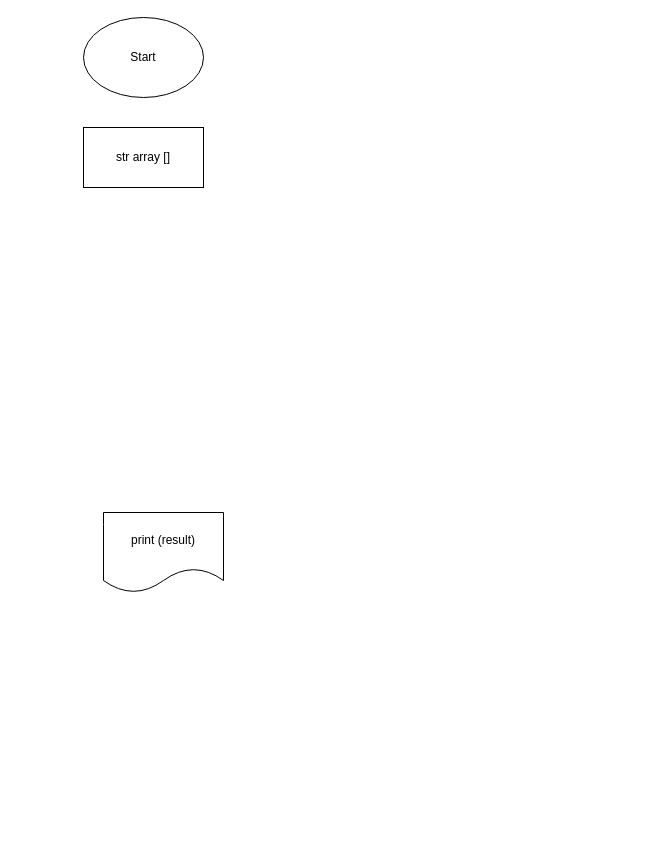
The draw.io diagram diagram.drawio in Kinsee/ControlTask1, before the edit. Source tidied: cells renumbered, new cells numbered last; positions are measured from the earlier drawing's top-left corner, leaving out a move shared by most shapes. Both pictures are drawn from the tidied source at 100%, with x=0, y=0 at pixel (83, 17).
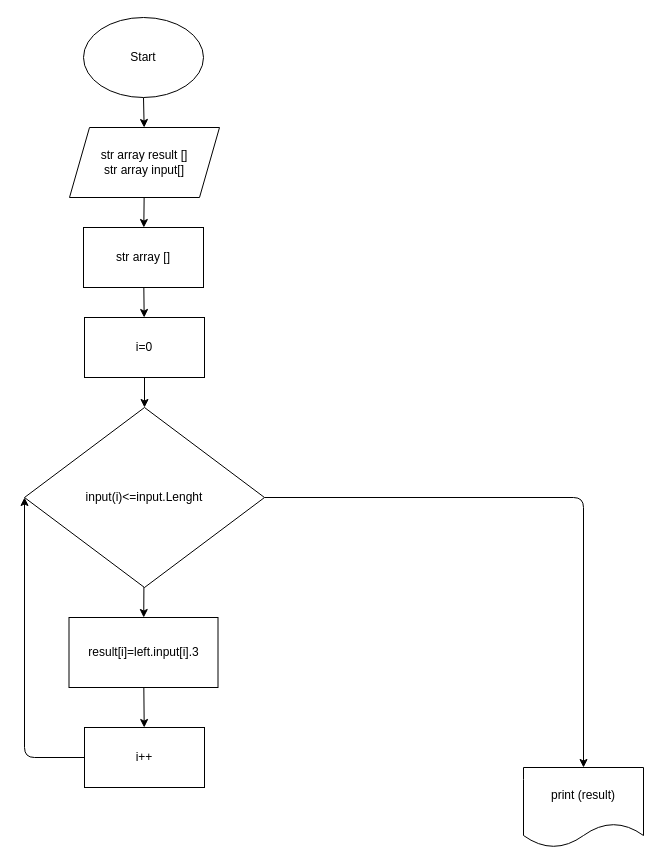
Above is the later version.

Commit message:
навела красоты

The change refers to these unchanged cells:
```xml
<mxCell id="2" value="Start" style="ellipse;whiteSpace=wrap;html=1;" parent="1" vertex="1">
  <mxGeometry width="120" height="80" as="geometry" />
</mxCell>
```

What changed in the source:
```diff
@@
+    <mxCell id="5" style="edgeStyle=none;html=1;" parent="1" edge="1" source="2" target="8">
+      <mxGeometry relative="1" as="geometry" />
+    </mxCell>
@@
     <mxCell id="3" value="print (result)" style="shape=document;whiteSpace=wrap;html=1;boundedLbl=1;" parent="1" vertex="1">
-      <mxGeometry x="20" y="495" width="120" height="80" as="geometry" />
+      <mxGeometry x="440" y="750" width="120" height="80" as="geometry" />
     </mxCell>
+    <mxCell id="6" style="edgeStyle=none;html=1;" parent="1" edge="1" source="4" target="10">
+      <mxGeometry relative="1" as="geometry" />
+    </mxCell>
     <mxCell id="4" value="str array []" style="rounded=0;whiteSpace=wrap;html=1;" parent="1" vertex="1">
-      <mxGeometry y="110" width="120" height="60" as="geometry" />
+      <mxGeometry y="210" width="120" height="60" as="geometry" />
     </mxCell>
+    <mxCell id="7" style="edgeStyle=none;html=1;" parent="1" edge="1" source="8" target="4">
+      <mxGeometry relative="1" as="geometry" />
+    </mxCell>
+    <mxCell id="8" value="str array result []&lt;br&gt;str array input[]" style="shape=parallelogram;perimeter=parallelogramPerimeter;whiteSpace=wrap;html=1;fixedSize=1;" parent="1" vertex="1">
+      <mxGeometry x="-14" y="110" width="150" height="70" as="geometry" />
+    </mxCell>
+    <mxCell id="9" style="edgeStyle=none;html=1;" parent="1" edge="1" source="10" target="13">
+      <mxGeometry relative="1" as="geometry" />
+    </mxCell>
+    <mxCell id="10" value="i=0" style="rounded=0;whiteSpace=wrap;html=1;" parent="1" vertex="1">
+      <mxGeometry x="1" y="300" width="120" height="60" as="geometry" />
+    </mxCell>
+    <mxCell id="11" style="edgeStyle=none;html=1;" parent="1" edge="1" source="13" target="15">
+      <mxGeometry relative="1" as="geometry" />
+    </mxCell>
+    <mxCell id="12" style="edgeStyle=none;html=1;entryX=0.5;entryY=0;entryDx=0;entryDy=0;" parent="1" edge="1" source="13" target="3">
+      <mxGeometry relative="1" as="geometry">
+        <Array as="points">
+          <mxPoint x="500" y="480" />
+        </Array>
+      </mxGeometry>
+    </mxCell>
+    <mxCell id="13" value="input(i)&amp;lt;=input.Lenght" style="rhombus;whiteSpace=wrap;html=1;" parent="1" vertex="1">
+      <mxGeometry x="-59" y="390" width="240" height="180" as="geometry" />
+    </mxCell>
+    <mxCell id="14" style="edgeStyle=none;html=1;" parent="1" edge="1" source="15" target="17">
+      <mxGeometry relative="1" as="geometry" />
+    </mxCell>
+    <mxCell id="15" value="result[i]=left.input[i].3" style="rounded=0;whiteSpace=wrap;html=1;" parent="1" vertex="1">
+      <mxGeometry x="-14.5" y="600" width="149" height="70" as="geometry" />
+    </mxCell>
+    <mxCell id="16" style="edgeStyle=none;html=1;entryX=0;entryY=0.5;entryDx=0;entryDy=0;" parent="1" edge="1" source="17" target="13">
+      <mxGeometry relative="1" as="geometry">
+        <Array as="points">
+          <mxPoint x="-59" y="740" />
+        </Array>
+      </mxGeometry>
+    </mxCell>
+    <mxCell id="17" value="i++" style="rounded=0;whiteSpace=wrap;html=1;" parent="1" vertex="1">
+      <mxGeometry x="1" y="710" width="120" height="60" as="geometry" />
+    </mxCell>
```
